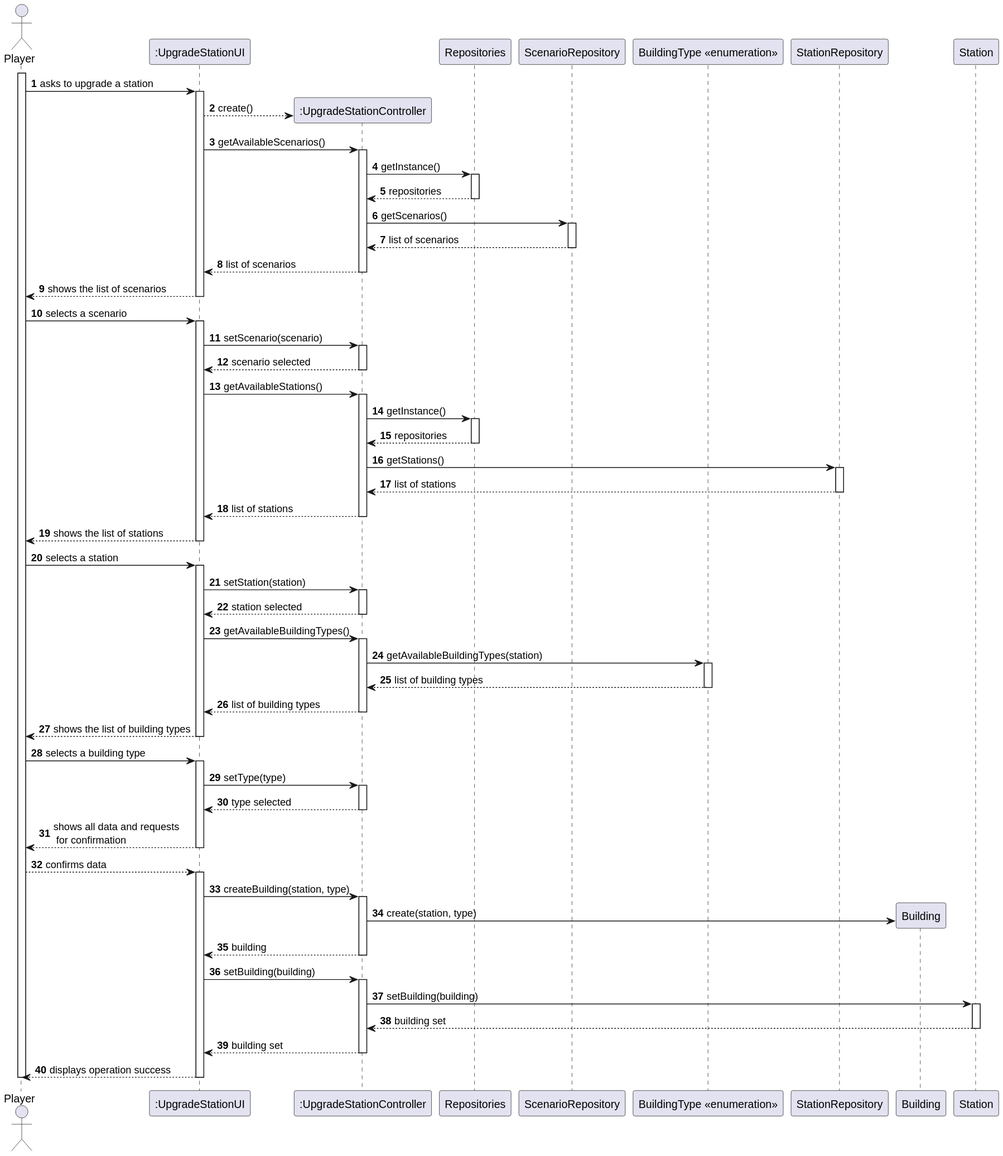
This is Sprint2/US006/03.design/svg/US006-SD-full.svg from 1240935/pi2-railway-simulator, a PlantUML export, as it was before one commit.
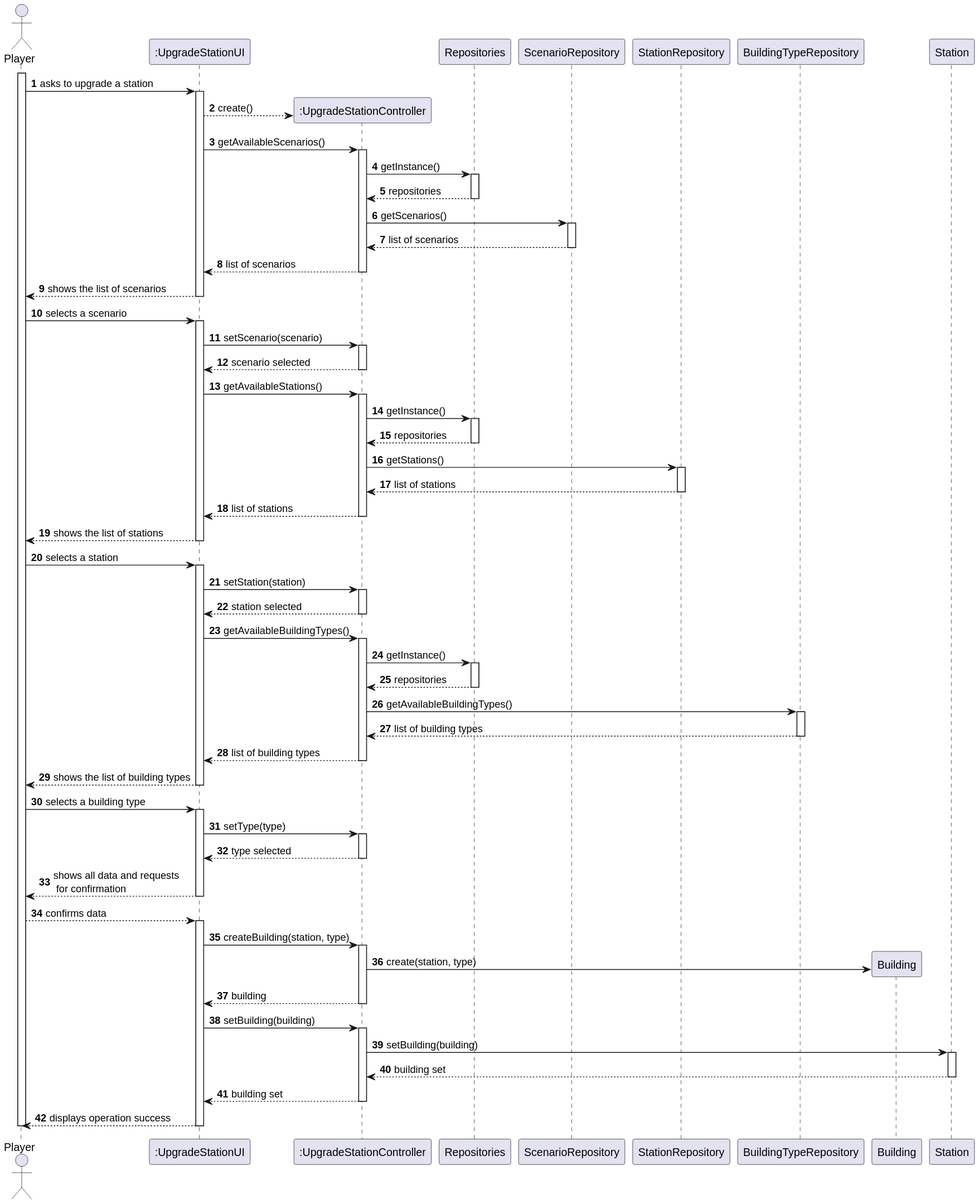
Above is the later version.

The edit, as a diff of the source:
```diff
@@ -9,8 +9,8 @@
     participant ":UpgradeStationController" as CTRL
     participant "Repositories" as REPOS
     participant "ScenarioRepository" as SREPOS
-    participant "BuildingType <<enumeration>>" as BTYPE
     participant "StationRepository" as STREPOS
+    participant "BuildingTypeRepository" as BTYPEREPOS
     participant "Building" as BUILDING
     participant "Station" as STATION
 
@@ -89,14 +89,23 @@
         deactivate CTRL
 
         UI -> CTRL : getAvailableBuildingTypes()
+
+
                 activate CTRL
 
-                CTRL -> BTYPE : getAvailableBuildingTypes(station)
-                activate BTYPE
+                        CTRL -> REPOS : getInstance()
+                        activate REPOS
 
-                BTYPE --> CTRL : list of building types
+                        REPOS --> CTRL: repositories
 
-                deactivate BTYPE
+                        deactivate REPOS
+
+                CTRL -> BTYPEREPOS : getAvailableBuildingTypes()
+                activate BTYPEREPOS
+
+                BTYPEREPOS --> CTRL : list of building types
+
+                deactivate BTYPEREPOS
                 CTRL --> UI : list of building types
                 deactivate CTRL
 
@@ -115,7 +124,7 @@
                 deactivate CTRL
 
     UI --> PLAYER: shows all data and requests \n for confirmation
-    deactivate  UI
+    deactivate UI
 
     PLAYER --> UI: confirms data
     activate UI
@@ -130,8 +139,10 @@
 
     UI -> CTRL: setBuilding(building)
     activate CTRL
+
     CTRL -> STATION : setBuilding(building)
     activate STATION
+
     STATION --> CTRL: building set
     deactivate STATION
     CTRL --> UI: building set
```
